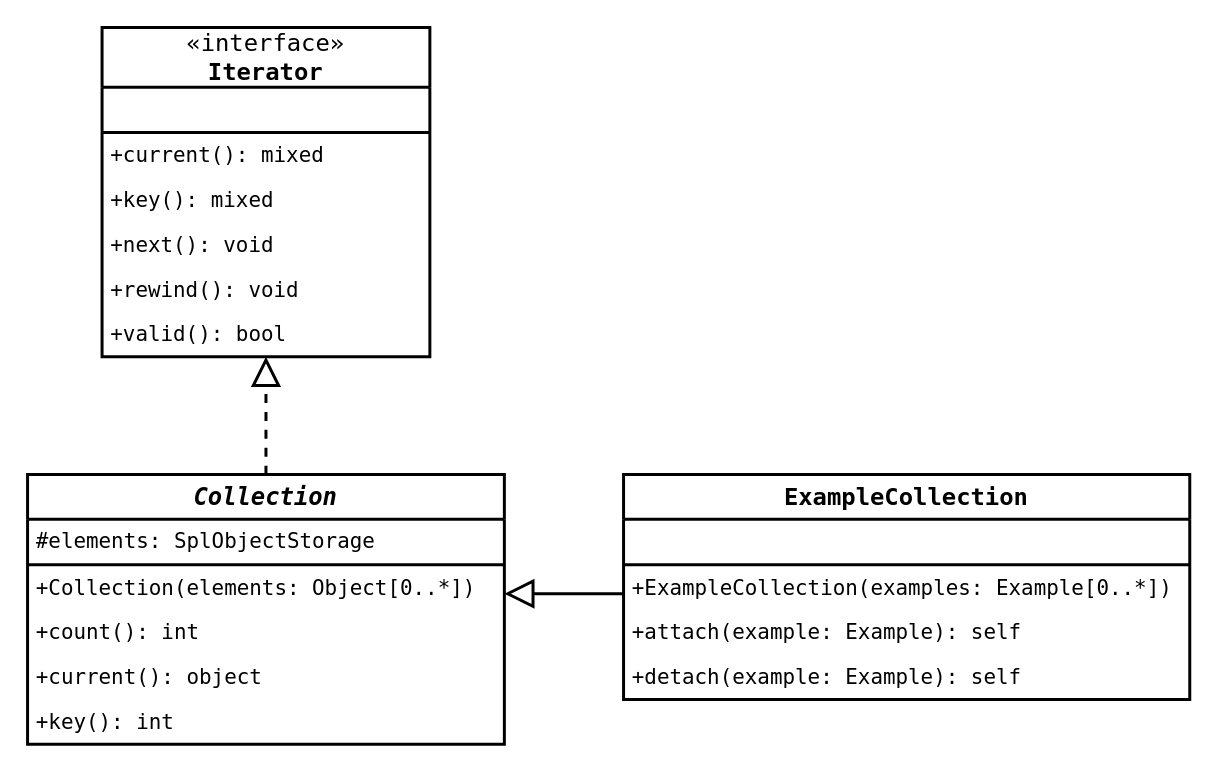
Earlier version of the draw.io diagram page "collections" (1 of 2) of docs/uml/PHPeacock.drawio (AntoineToPHPin/PHPeacock). Source tidied: cells renumbered, new cells numbered last; positions are measured from the earlier drawing's top-left corner, leaving out a move shared by most shapes. Both pictures are drawn from the tidied source at 149%, with x=0, y=0 at pixel (27, 27).
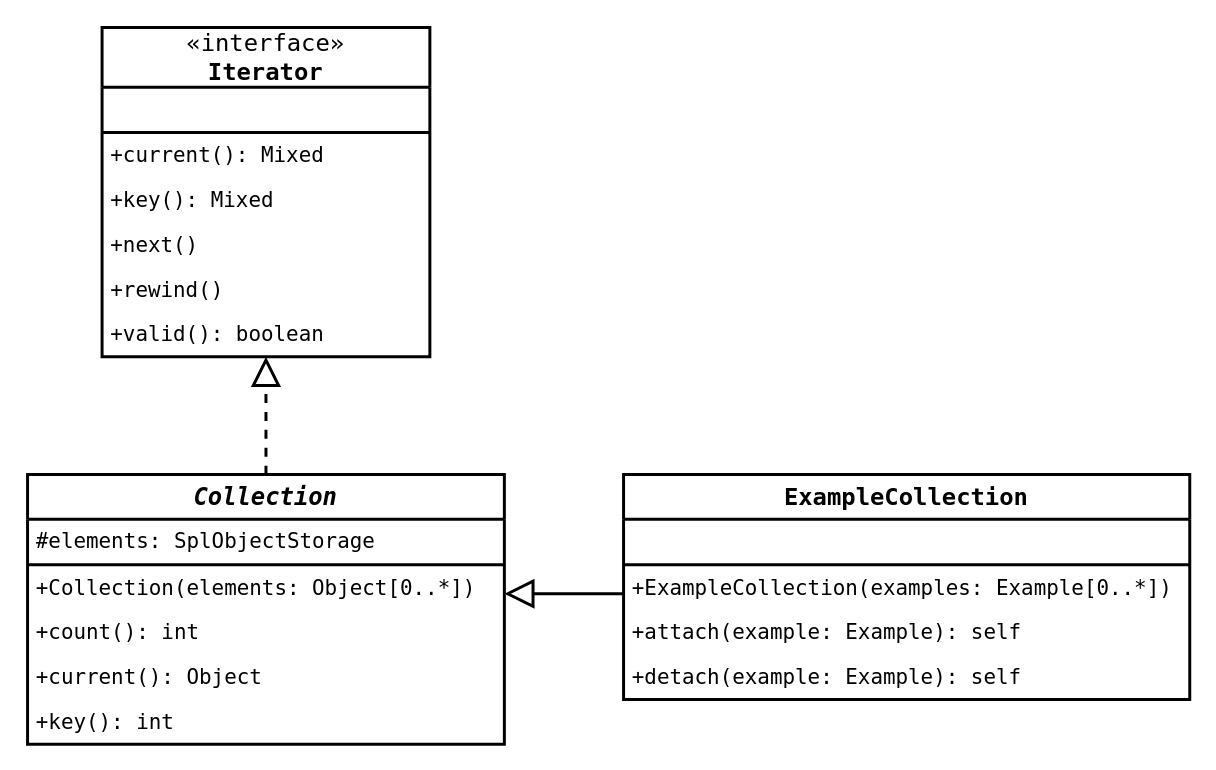
After the change.

The change refers to these unchanged cells:
```xml
<mxCell id="2" value="&lt;span&gt;Collection&lt;/span&gt;" style="swimlane;fontStyle=3;align=center;verticalAlign=middle;horizontal=1;startSize=30;fontSize=16;fontFamily=Lucida Console;strokeWidth=2;swimlaneLine=1;rounded=0;shadow=0;glass=0;swimlaneFillColor=none;fillColor=none;labelBackgroundColor=none;labelBorderColor=none;whiteSpace=wrap;html=1;noLabel=0;movableLabel=0;comic=0;" parent="1" vertex="1">
  <mxGeometry y="300" width="320" height="181" as="geometry" />
</mxCell>
<mxCell id="17" value="&lt;span style=&quot;font-weight: 400&quot;&gt;«interface»&lt;/span&gt;&lt;br style=&quot;font-weight: 400&quot;&gt;Iterator" style="swimlane;fontStyle=1;align=center;verticalAlign=middle;horizontal=1;startSize=40;fontSize=16;fontFamily=Lucida Console;strokeWidth=2;swimlaneLine=1;rounded=0;shadow=0;glass=0;swimlaneFillColor=none;fillColor=none;labelBackgroundColor=none;labelBorderColor=none;whiteSpace=wrap;html=1;noLabel=0;movableLabel=0;comic=0;" parent="1" vertex="1">
  <mxGeometry x="50" width="220" height="221" as="geometry" />
</mxCell>
```

Diff of the diagram source:
```diff
@@
-    <mxCell id="7" value="+current(): object" style="text;strokeColor=none;fillColor=none;align=left;verticalAlign=middle;spacingLeft=4;spacingRight=4;overflow=hidden;fontSize=14;fontFamily=Lucida Console;whiteSpace=wrap;html=1;fontStyle=0;" parent="2" vertex="1">
+    <mxCell id="7" value="+current(): Object" style="text;strokeColor=none;fillColor=none;align=left;verticalAlign=middle;spacingLeft=4;spacingRight=4;overflow=hidden;fontSize=14;fontFamily=Lucida Console;whiteSpace=wrap;html=1;fontStyle=0;" parent="2" vertex="1">
       <mxGeometry y="121" width="320" height="30" as="geometry" />
     </mxCell>
@@
-    <mxCell id="20" value="+current(): mixed" style="text;strokeColor=none;fillColor=none;align=left;verticalAlign=middle;spacingLeft=4;spacingRight=4;overflow=hidden;fontSize=14;fontFamily=Lucida Console;whiteSpace=wrap;html=1;" parent="17" vertex="1">
+    <mxCell id="20" value="+current(): Mixed" style="text;strokeColor=none;fillColor=none;align=left;verticalAlign=middle;spacingLeft=4;spacingRight=4;overflow=hidden;fontSize=14;fontFamily=Lucida Console;whiteSpace=wrap;html=1;" parent="17" vertex="1">
       <mxGeometry y="71" width="220" height="30" as="geometry" />
     </mxCell>
-    <mxCell id="21" value="+key(): mixed" style="text;strokeColor=none;fillColor=none;align=left;verticalAlign=middle;spacingLeft=4;spacingRight=4;overflow=hidden;fontSize=14;fontFamily=Lucida Console;whiteSpace=wrap;html=1;" parent="17" vertex="1">
+    <mxCell id="21" value="+key(): Mixed" style="text;strokeColor=none;fillColor=none;align=left;verticalAlign=middle;spacingLeft=4;spacingRight=4;overflow=hidden;fontSize=14;fontFamily=Lucida Console;whiteSpace=wrap;html=1;" parent="17" vertex="1">
       <mxGeometry y="101" width="220" height="30" as="geometry" />
     </mxCell>
-    <mxCell id="22" value="+next(): void" style="text;strokeColor=none;fillColor=none;align=left;verticalAlign=middle;spacingLeft=4;spacingRight=4;overflow=hidden;fontSize=14;fontFamily=Lucida Console;whiteSpace=wrap;html=1;" parent="17" vertex="1">
+    <mxCell id="22" value="+next()" style="text;strokeColor=none;fillColor=none;align=left;verticalAlign=middle;spacingLeft=4;spacingRight=4;overflow=hidden;fontSize=14;fontFamily=Lucida Console;whiteSpace=wrap;html=1;" parent="17" vertex="1">
       <mxGeometry y="131" width="220" height="30" as="geometry" />
     </mxCell>
-    <mxCell id="23" value="+rewind(): void" style="text;strokeColor=none;fillColor=none;align=left;verticalAlign=middle;spacingLeft=4;spacingRight=4;overflow=hidden;fontSize=14;fontFamily=Lucida Console;whiteSpace=wrap;html=1;" parent="17" vertex="1">
+    <mxCell id="23" value="+rewind()" style="text;strokeColor=none;fillColor=none;align=left;verticalAlign=middle;spacingLeft=4;spacingRight=4;overflow=hidden;fontSize=14;fontFamily=Lucida Console;whiteSpace=wrap;html=1;" parent="17" vertex="1">
       <mxGeometry y="161" width="220" height="30" as="geometry" />
     </mxCell>
-    <mxCell id="24" value="+valid(): bool" style="text;strokeColor=none;fillColor=none;align=left;verticalAlign=middle;spacingLeft=4;spacingRight=4;overflow=hidden;fontSize=14;fontFamily=Lucida Console;whiteSpace=wrap;html=1;" parent="17" vertex="1">
+    <mxCell id="24" value="+valid(): boolean" style="text;strokeColor=none;fillColor=none;align=left;verticalAlign=middle;spacingLeft=4;spacingRight=4;overflow=hidden;fontSize=14;fontFamily=Lucida Console;whiteSpace=wrap;html=1;" parent="17" vertex="1">
       <mxGeometry y="191" width="220" height="30" as="geometry" />
     </mxCell>
```
